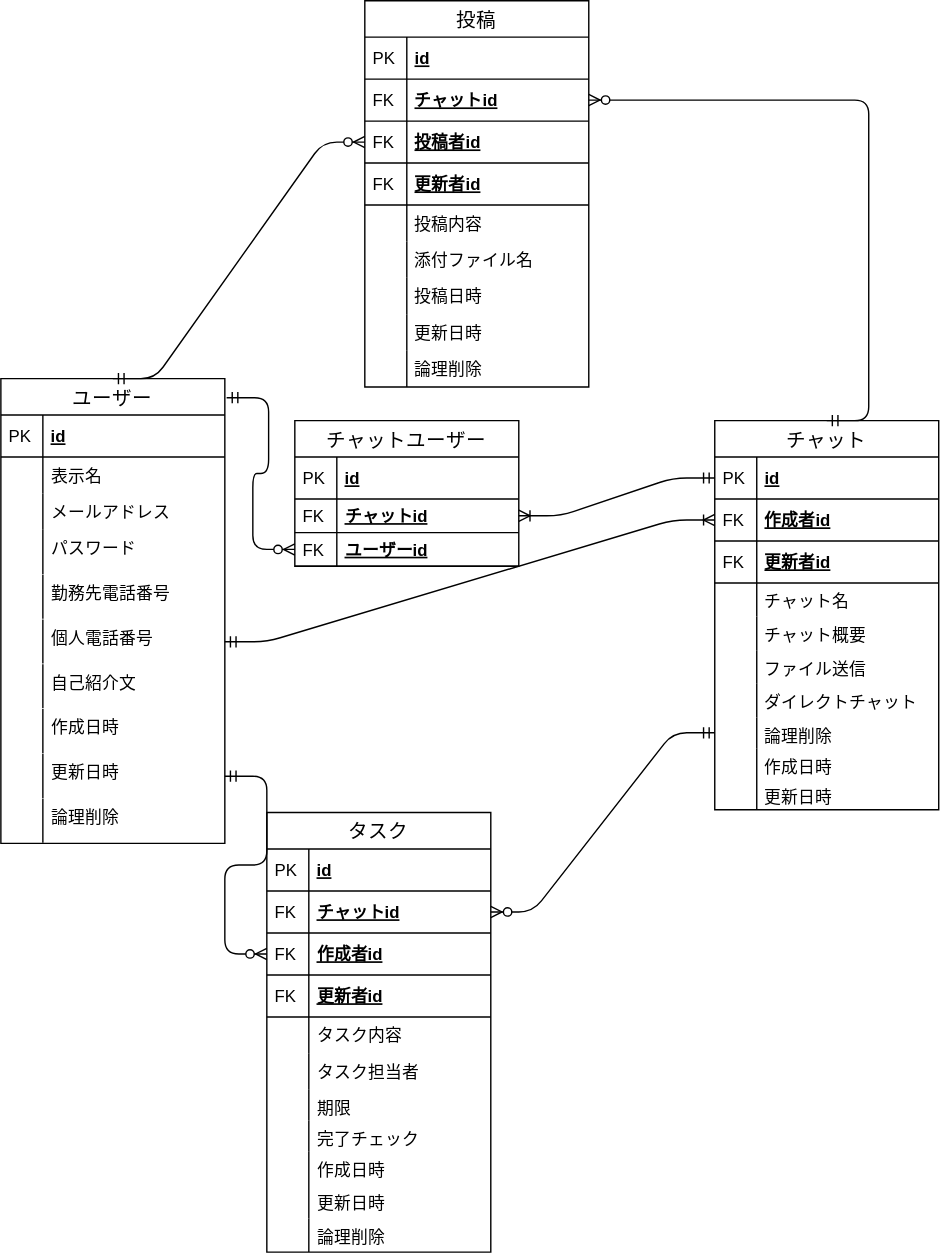
Before: db/db-challenge1/ERDiagram.drawio.svg, a diagram exported from draw.io (kyonamu/codegym-db). Source tidied: cells renumbered, new cells last; positions are measured from the earlier drawing's top-left corner, leaving out a move shared by most shapes.
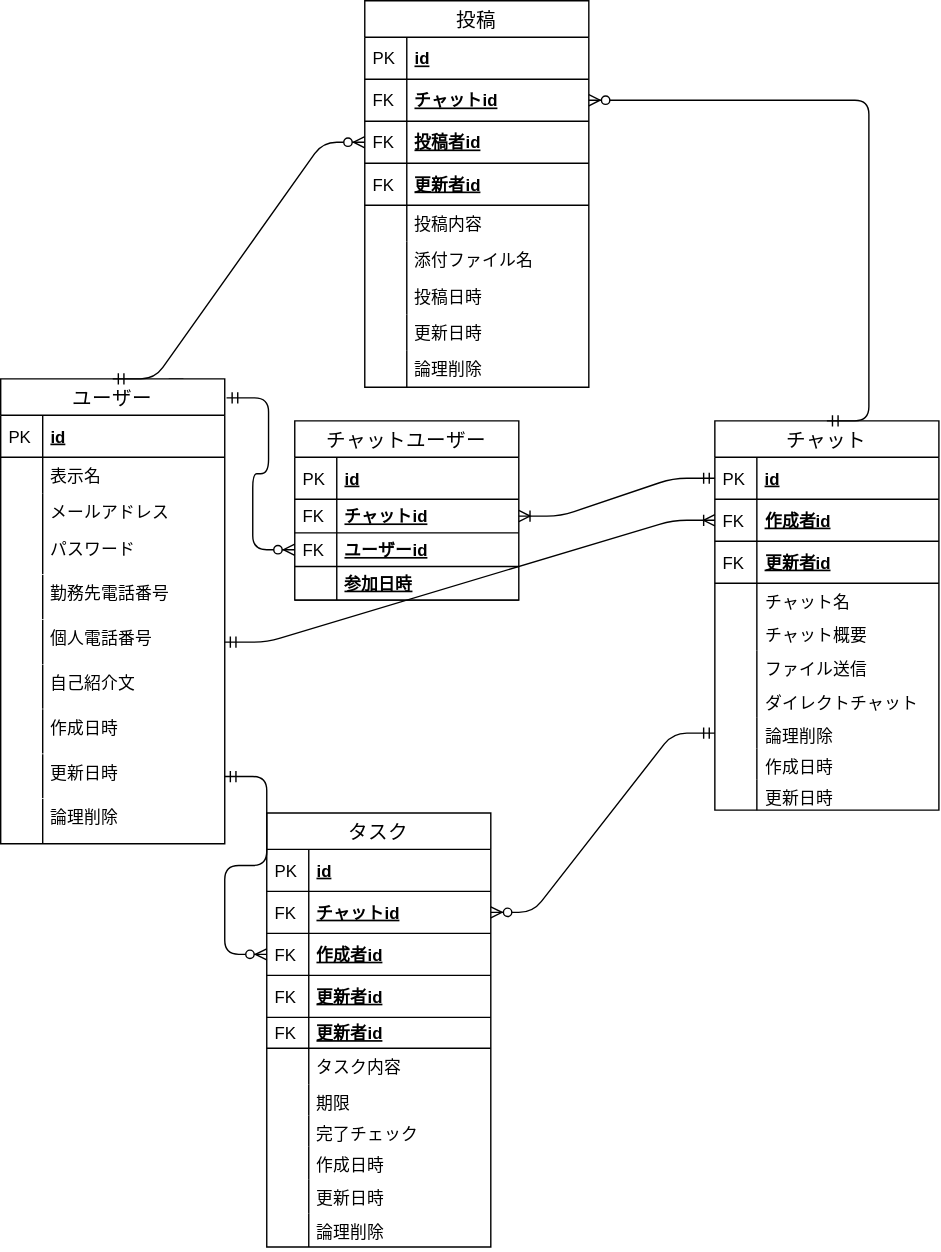
After the commit.

Commit message:
DB課題1の提出

Diff of the diagram source:
```diff
@@ -71,7 +71,7 @@
       <mxGeometry width="30" height="31.5" as="geometry" />
     </mxCell>
     <mxCell id="24" value="タスク" style="swimlane;fontStyle=0;horizontal=1;startSize=26;align=center;fontSize=14;" parent="1" vertex="1">
-      <mxGeometry x="190" y="580" width="160" height="314" as="geometry" />
+      <mxGeometry x="190" y="580" width="160" height="310" as="geometry" />
     </mxCell>
     <mxCell id="25" value="id" style="shape=partialRectangle;top=0;left=0;right=0;bottom=1;align=left;verticalAlign=middle;fillColor=none;spacingLeft=34;spacingRight=4;overflow=hidden;fontStyle=5;fontSize=12;" parent="24" vertex="1">
       <mxGeometry y="26" width="160" height="30" as="geometry" />
@@ -97,50 +97,50 @@
     <mxCell id="32" value="FK" style="shape=partialRectangle;top=0;left=0;bottom=0;fillColor=none;align=left;verticalAlign=middle;spacingLeft=4;spacingRight=4;overflow=hidden;fontSize=12;" parent="31" vertex="1">
       <mxGeometry width="30" height="30" as="geometry" />
     </mxCell>
+    <mxCell id="101" value="更新者id" style="shape=partialRectangle;top=0;left=0;right=0;bottom=1;align=left;verticalAlign=middle;fillColor=none;spacingLeft=34;spacingRight=4;overflow=hidden;fontStyle=5;fontSize=12;" parent="24" vertex="1">
+      <mxGeometry y="146" width="160" height="22" as="geometry" />
+    </mxCell>
+    <mxCell id="102" value="FK" style="shape=partialRectangle;top=0;left=0;bottom=0;fillColor=none;align=left;verticalAlign=middle;spacingLeft=4;spacingRight=4;overflow=hidden;fontSize=12;" parent="101" vertex="1">
+      <mxGeometry width="30" height="22" as="geometry" />
+    </mxCell>
     <mxCell id="33" value="タスク内容" style="shape=partialRectangle;top=0;left=0;right=0;bottom=0;align=left;verticalAlign=top;fillColor=none;spacingLeft=34;spacingRight=4;overflow=hidden;fontSize=12;" parent="24" vertex="1">
-      <mxGeometry y="146" width="160" height="26" as="geometry" />
+      <mxGeometry y="168" width="160" height="26" as="geometry" />
     </mxCell>
     <mxCell id="34" style="shape=partialRectangle;top=0;left=0;bottom=0;fillColor=none;align=left;verticalAlign=top;spacingLeft=4;spacingRight=4;overflow=hidden;fontSize=12;" parent="33" vertex="1">
       <mxGeometry width="30" height="26" as="geometry" />
     </mxCell>
-    <mxCell id="35" value="タスク担当者" style="shape=partialRectangle;top=0;left=0;right=0;bottom=0;align=left;verticalAlign=top;fillColor=none;spacingLeft=34;spacingRight=4;overflow=hidden;fontSize=12;" parent="24" vertex="1">
-      <mxGeometry y="172" width="160" height="26" as="geometry" />
-    </mxCell>
-    <mxCell id="36" style="shape=partialRectangle;top=0;left=0;bottom=0;fillColor=none;align=left;verticalAlign=top;spacingLeft=4;spacingRight=4;overflow=hidden;fontSize=12;" parent="35" vertex="1">
-      <mxGeometry width="30" height="26" as="geometry" />
-    </mxCell>
     <mxCell id="37" value="期限" style="shape=partialRectangle;top=0;left=0;right=0;bottom=0;align=left;verticalAlign=top;fillColor=none;spacingLeft=34;spacingRight=4;overflow=hidden;fontSize=12;" parent="24" vertex="1">
-      <mxGeometry y="198" width="160" height="22" as="geometry" />
+      <mxGeometry y="194" width="160" height="22" as="geometry" />
     </mxCell>
     <mxCell id="38" style="shape=partialRectangle;top=0;left=0;bottom=0;fillColor=none;align=left;verticalAlign=top;spacingLeft=4;spacingRight=4;overflow=hidden;fontSize=12;" parent="37" vertex="1">
       <mxGeometry width="30" height="22" as="geometry" />
     </mxCell>
     <mxCell id="39" value="完了チェック" style="shape=partialRectangle;top=0;left=0;right=0;bottom=0;align=left;verticalAlign=top;fillColor=none;spacingLeft=34;spacingRight=4;overflow=hidden;fontSize=12;" parent="24" vertex="1">
-      <mxGeometry y="220" width="160" height="22" as="geometry" />
+      <mxGeometry y="216" width="160" height="22" as="geometry" />
     </mxCell>
     <mxCell id="40" style="shape=partialRectangle;top=0;left=0;bottom=0;fillColor=none;align=left;verticalAlign=top;spacingLeft=4;spacingRight=4;overflow=hidden;fontSize=12;" parent="39" vertex="1">
       <mxGeometry width="30" height="22" as="geometry" />
     </mxCell>
     <mxCell id="41" value="作成日時" style="shape=partialRectangle;top=0;left=0;right=0;bottom=0;align=left;verticalAlign=top;fillColor=none;spacingLeft=34;spacingRight=4;overflow=hidden;fontSize=12;" parent="24" vertex="1">
-      <mxGeometry y="242" width="160" height="24" as="geometry" />
+      <mxGeometry y="238" width="160" height="24" as="geometry" />
     </mxCell>
     <mxCell id="42" style="shape=partialRectangle;top=0;left=0;bottom=0;fillColor=none;align=left;verticalAlign=top;spacingLeft=4;spacingRight=4;overflow=hidden;fontSize=12;" parent="41" vertex="1">
       <mxGeometry width="30" height="24" as="geometry" />
     </mxCell>
     <mxCell id="43" value="更新日時" style="shape=partialRectangle;top=0;left=0;right=0;bottom=0;align=left;verticalAlign=top;fillColor=none;spacingLeft=34;spacingRight=4;overflow=hidden;fontSize=12;" parent="24" vertex="1">
-      <mxGeometry y="266" width="160" height="24" as="geometry" />
+      <mxGeometry y="262" width="160" height="24" as="geometry" />
     </mxCell>
     <mxCell id="44" style="shape=partialRectangle;top=0;left=0;bottom=0;fillColor=none;align=left;verticalAlign=top;spacingLeft=4;spacingRight=4;overflow=hidden;fontSize=12;" parent="43" vertex="1">
       <mxGeometry width="30" height="24" as="geometry" />
     </mxCell>
     <mxCell id="45" value="論理削除" style="shape=partialRectangle;top=0;left=0;right=0;bottom=0;align=left;verticalAlign=top;fillColor=none;spacingLeft=34;spacingRight=4;overflow=hidden;fontSize=12;" parent="24" vertex="1">
-      <mxGeometry y="290" width="160" height="24" as="geometry" />
+      <mxGeometry y="286" width="160" height="24" as="geometry" />
     </mxCell>
     <mxCell id="46" style="shape=partialRectangle;top=0;left=0;bottom=0;fillColor=none;align=left;verticalAlign=top;spacingLeft=4;spacingRight=4;overflow=hidden;fontSize=12;" parent="45" vertex="1">
       <mxGeometry width="30" height="24" as="geometry" />
     </mxCell>
     <mxCell id="47" value="チャットユーザー" style="swimlane;fontStyle=0;horizontal=1;startSize=26;align=center;fontSize=14;" parent="1" vertex="1">
-      <mxGeometry x="210" y="300" width="160" height="104" as="geometry" />
+      <mxGeometry x="210" y="300" width="160" height="128" as="geometry" />
     </mxCell>
     <mxCell id="48" value="id" style="shape=partialRectangle;top=0;left=0;right=0;bottom=1;align=left;verticalAlign=middle;fillColor=none;spacingLeft=34;spacingRight=4;overflow=hidden;fontStyle=5;fontSize=12;" parent="47" vertex="1">
       <mxGeometry y="26" width="160" height="30" as="geometry" />
@@ -160,6 +160,12 @@
     <mxCell id="53" value="FK" style="shape=partialRectangle;top=0;left=0;bottom=0;fillColor=none;align=left;verticalAlign=middle;spacingLeft=4;spacingRight=4;overflow=hidden;fontSize=12;" parent="52" vertex="1">
       <mxGeometry width="30" height="24" as="geometry" />
     </mxCell>
+    <mxCell id="103" value="参加日時" style="shape=partialRectangle;top=0;left=0;right=0;bottom=1;align=left;verticalAlign=middle;fillColor=none;spacingLeft=34;spacingRight=4;overflow=hidden;fontStyle=5;fontSize=12;" parent="47" vertex="1">
+      <mxGeometry y="104" width="160" height="24" as="geometry" />
+    </mxCell>
+    <mxCell id="104" style="shape=partialRectangle;top=0;left=0;bottom=0;fillColor=none;align=left;verticalAlign=middle;spacingLeft=4;spacingRight=4;overflow=hidden;fontSize=12;" parent="103" vertex="1">
+      <mxGeometry width="30" height="24" as="geometry" />
+    </mxCell>
     <mxCell id="54" style="edgeStyle=entityRelationEdgeStyle;fontSize=12;html=1;endArrow=ERzeroToMany;startArrow=ERmandOne;entryX=0;entryY=0.5;entryDx=0;entryDy=0;" parent="1" edge="1" source="20">
       <mxGeometry relative="1" as="geometry">
         <mxPoint x="190" y="681" as="targetPoint" />
```
